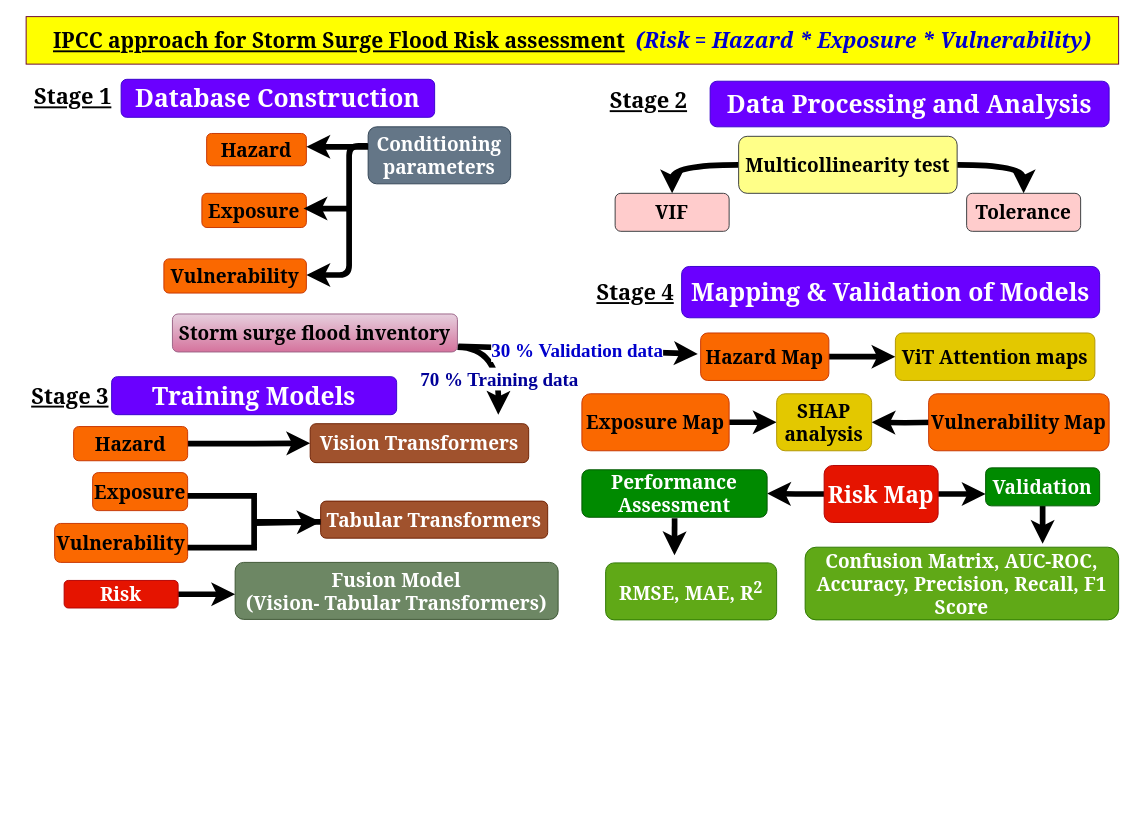
Above: page "Storm surge flood Risk" (3 of 4) of Untitled Diagram.drawio in Daawarb/Daawarb (draw.io), before the change. Source tidied: cells renumbered, new cells numbered last; positions are measured from the earlier drawing's top-left corner, leaving out a move shared by most shapes. Both pictures are drawn from the tidied source at 95%, with x=0, y=0 at pixel (17, 16). Pictures stored in the file or linked from it are replaced by grey dashed boxes.
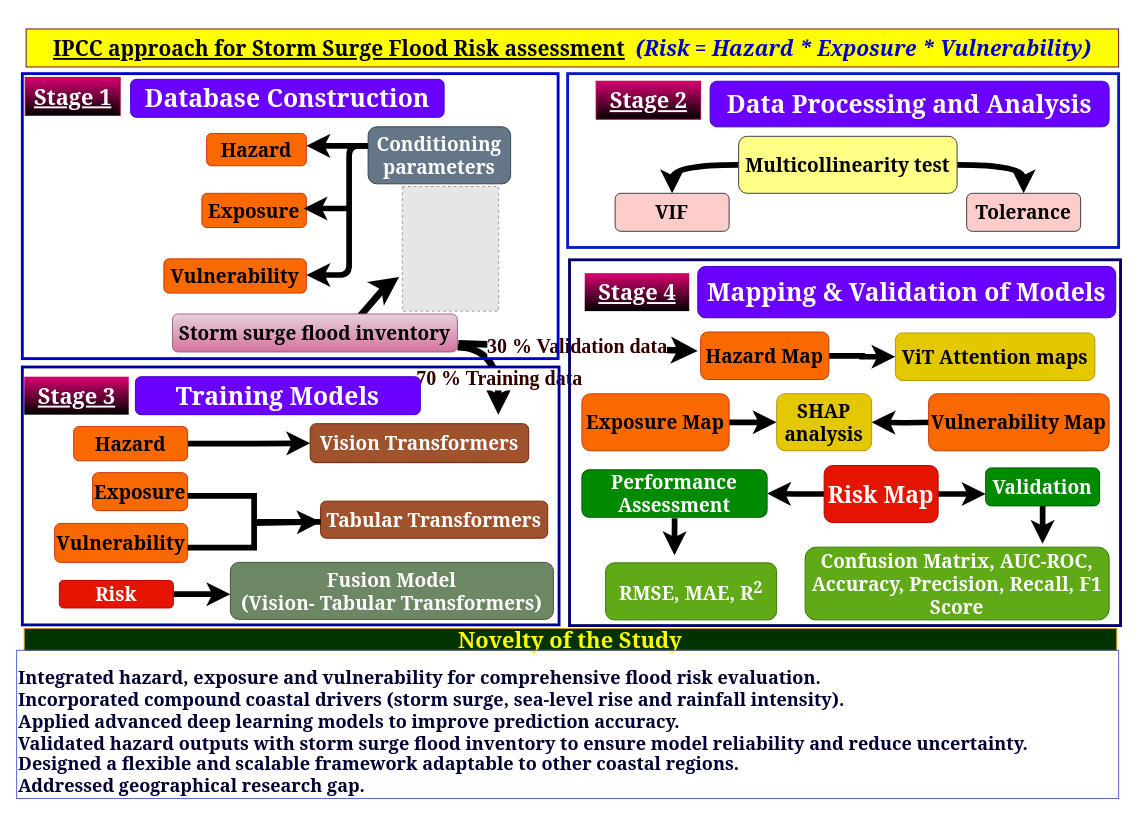
The same page after the edit.

Change to the diagram source:
```diff
@@
     <mxCell id="2" value="&lt;div style=&quot;text-align: justify;&quot;&gt;&lt;font face=&quot;Georgia&quot; style=&quot;font-size: 22px;&quot;&gt;&lt;font style=&quot;background-color: transparent; color: light-dark(rgb(0, 0, 0), rgb(255, 255, 255));&quot;&gt;&lt;b style=&quot;&quot;&gt;&lt;u style=&quot;&quot;&gt;IPCC approach for Storm Surge Flood Risk assessment&lt;/u&gt;&lt;/b&gt;&lt;/font&gt;&lt;b style=&quot;background-color: transparent; color: light-dark(rgb(0, 0, 204), rgb(44, 44, 1));&quot;&gt;&lt;i style=&quot;&quot;&gt;&amp;nbsp; (Risk = Hazard * Exposure * Vulnerability)&lt;/i&gt;&lt;/b&gt;&lt;/font&gt;&lt;/div&gt;" style="text;html=1;align=center;verticalAlign=middle;whiteSpace=wrap;rounded=0;fillColor=#FFFF00;strokeColor=#660033;fillStyle=solid;" parent="1" vertex="1">
-      <mxGeometry x="9" width="1150" height="50" as="geometry" />
+      <mxGeometry x="9" y="13" width="1150" height="40" as="geometry" />
     </mxCell>
-    <mxCell id="3" value="&lt;b style=&quot;&quot;&gt;&lt;font face=&quot;Georgia&quot; style=&quot;font-size: 23px;&quot;&gt;&lt;u style=&quot;&quot;&gt;Stage 1&lt;/u&gt;&lt;/font&gt;&lt;/b&gt;" style="text;html=1;align=center;verticalAlign=middle;strokeColor=none;fillColor=none;" parent="1" vertex="1">
+    <mxCell id="3" value="&lt;b style=&quot;&quot;&gt;&lt;font face=&quot;Georgia&quot; style=&quot;font-size: 23px;&quot;&gt;&lt;u style=&quot;&quot;&gt;Stage 1&lt;/u&gt;&lt;/font&gt;&lt;/b&gt;" style="text;html=1;align=center;verticalAlign=middle;strokeColor=#A50040;fillColor=#d80073;fontColor=#ffffff;gradientColor=default;" parent="1" vertex="1">
       <mxGeometry x="8" y="64" width="100" height="40" as="geometry" />
     </mxCell>
     <mxCell id="4" value="&lt;b style=&quot;text-wrap-mode: nowrap;&quot;&gt;&lt;font face=&quot;Georgia&quot; style=&quot;font-size: 26px;&quot;&gt;Database Construction&lt;/font&gt;&lt;/b&gt;" style="rounded=1;whiteSpace=wrap;html=1;fillColor=#6a00ff;strokeColor=#3700CC;fontColor=#ffffff;" parent="1" vertex="1">
-      <mxGeometry x="109" y="66" width="330" height="40" as="geometry" />
+      <mxGeometry x="119" y="66" width="330" height="40" as="geometry" />
     </mxCell>
-    <mxCell id="5" style="edgeStyle=orthogonalEdgeStyle;rounded=0;orthogonalLoop=1;jettySize=auto;html=1;strokeWidth=6;curved=1;" parent="1" edge="1">
+    <mxCell id="5" style="edgeStyle=orthogonalEdgeStyle;rounded=0;orthogonalLoop=1;jettySize=auto;html=1;strokeWidth=7;curved=1;" parent="1" edge="1">
       <mxGeometry relative="1" as="geometry">
         <mxPoint x="463" y="348" as="sourcePoint" />
         <mxPoint x="506" y="419" as="targetPoint" />
       </mxGeometry>
     </mxCell>
-    <mxCell id="6" value="&lt;font face=&quot;Garamond&quot; style=&quot;color: rgb(0, 0, 153); font-size: 20px;&quot;&gt;&lt;b style=&quot;&quot;&gt;70 % Training data&lt;/b&gt;&lt;/font&gt;" style="edgeLabel;html=1;align=center;verticalAlign=middle;" parent="5" vertex="1">
+    <mxCell id="6" value="&lt;font face=&quot;Garamond&quot; style=&quot;font-size: 21px; color: rgb(51, 0, 0);&quot;&gt;&lt;b style=&quot;&quot;&gt;70 % Training data&lt;/b&gt;&lt;/font&gt;" style="edgeLabel;html=1;align=center;verticalAlign=middle;" parent="5" vertex="1">
       <mxGeometry x="0.1" y="2" relative="1" as="geometry">
         <mxPoint x="-2" y="12" as="offset" />
       </mxGeometry>
     </mxCell>
+    <mxCell id="57" style="edgeStyle=none;curved=1;rounded=0;orthogonalLoop=1;jettySize=auto;html=1;fontSize=12;startSize=8;endSize=8;strokeWidth=7;" parent="1" edge="1">
+      <mxGeometry relative="1" as="geometry">
+        <mxPoint x="359" y="317" as="sourcePoint" />
+        <mxPoint x="401.6" y="274" as="targetPoint" />
+        <Array as="points">
+          <mxPoint x="387.6" y="284" />
+        </Array>
+      </mxGeometry>
+    </mxCell>
@@
-    <mxCell id="19" value="&lt;b style=&quot;&quot;&gt;&lt;font face=&quot;Georgia&quot; style=&quot;font-size: 23px;&quot;&gt;&lt;u style=&quot;&quot;&gt;Stage 2&lt;/u&gt;&lt;/font&gt;&lt;/b&gt;" style="text;html=1;align=center;verticalAlign=middle;strokeColor=none;fillColor=none;" parent="1" vertex="1">
+    <mxCell id="19" value="&lt;b style=&quot;&quot;&gt;&lt;font face=&quot;Georgia&quot; style=&quot;font-size: 23px;&quot;&gt;&lt;u style=&quot;&quot;&gt;Stage 2&lt;/u&gt;&lt;/font&gt;&lt;/b&gt;" style="text;html=1;align=center;verticalAlign=middle;strokeColor=#A50040;fillColor=#d80073;fontColor=#ffffff;gradientColor=default;" parent="1" vertex="1">
       <mxGeometry x="609" y="68" width="110" height="40" as="geometry" />
     </mxCell>
-    <mxCell id="20" value="&lt;b style=&quot;&quot;&gt;&lt;font face=&quot;Georgia&quot; style=&quot;font-size: 23px;&quot;&gt;&lt;u style=&quot;&quot;&gt;Stage 3&lt;/u&gt;&lt;/font&gt;&lt;/b&gt;" style="text;html=1;align=center;verticalAlign=middle;strokeColor=none;fillColor=none;" parent="1" vertex="1">
-      <mxGeometry y="379" width="110" height="40" as="geometry" />
+    <mxCell id="20" value="&lt;b style=&quot;&quot;&gt;&lt;font face=&quot;Georgia&quot; style=&quot;font-size: 23px;&quot;&gt;&lt;u style=&quot;&quot;&gt;Stage 3&lt;/u&gt;&lt;/font&gt;&lt;/b&gt;" style="text;html=1;align=center;verticalAlign=middle;strokeColor=none;fillColor=#d80073;fontColor=#ffffff;gradientColor=default;" parent="1" vertex="1">
+      <mxGeometry x="7" y="379" width="110" height="40" as="geometry" />
     </mxCell>
@@
     <mxCell id="23" value="&lt;span style=&quot;text-wrap-mode: nowrap;&quot;&gt;&lt;b style=&quot;&quot;&gt;&lt;font face=&quot;Georgia&quot; style=&quot;font-size: 26px;&quot;&gt;Training Models&lt;/font&gt;&lt;/b&gt;&lt;/span&gt;" style="rounded=1;whiteSpace=wrap;html=1;fillColor=#6a00ff;fontColor=#ffffff;strokeColor=#3700CC;" parent="1" vertex="1">
-      <mxGeometry x="99" y="379" width="300" height="40" as="geometry" />
+      <mxGeometry x="124" y="379" width="300" height="40" as="geometry" />
     </mxCell>
@@
     <mxCell id="28" value="&lt;div&gt;&lt;font face=&quot;Georgia&quot; style=&quot;font-size: 20px;&quot;&gt;&lt;b&gt;Fusion Model&lt;/b&gt;&lt;/font&gt;&lt;/div&gt;&lt;font face=&quot;Georgia&quot; style=&quot;font-size: 20px;&quot;&gt;&lt;b&gt;(Vision- Tabular Transformers)&lt;/b&gt;&lt;/font&gt;" style="rounded=1;whiteSpace=wrap;html=1;fillColor=#6d8764;fontColor=#ffffff;strokeColor=#3A5431;" parent="1" vertex="1">
-      <mxGeometry x="229" y="574.5" width="340" height="60" as="geometry" />
+      <mxGeometry x="224" y="574.5" width="340" height="60" as="geometry" />
     </mxCell>
     <mxCell id="29" style="edgeStyle=orthogonalEdgeStyle;rounded=0;orthogonalLoop=1;jettySize=auto;html=1;strokeWidth=6;" parent="1" edge="1">
       <mxGeometry relative="1" as="geometry">
-        <mxPoint x="189" y="608" as="sourcePoint" />
-        <mxPoint x="229" y="608" as="targetPoint" />
+        <mxPoint x="184" y="608" as="sourcePoint" />
+        <mxPoint x="224" y="608" as="targetPoint" />
         <Array as="points">
-          <mxPoint x="169" y="608" />
-          <mxPoint x="169" y="608" />
+          <mxPoint x="164" y="608" />
+          <mxPoint x="164" y="608" />
         </Array>
       </mxGeometry>
     </mxCell>
     <mxCell id="30" value="&lt;font face=&quot;Georgia&quot; style=&quot;font-size: 20px;&quot;&gt;&lt;b&gt;Risk&lt;/b&gt;&lt;/font&gt;" style="rounded=1;whiteSpace=wrap;html=1;fillColor=#e51400;fontColor=#ffffff;strokeColor=#B20000;" parent="1" vertex="1">
-      <mxGeometry x="49" y="593.5" width="120" height="29" as="geometry" />
+      <mxGeometry x="44" y="593.5" width="120" height="29" as="geometry" />
     </mxCell>
-    <mxCell id="31" value="&lt;b style=&quot;&quot;&gt;&lt;font face=&quot;Georgia&quot; style=&quot;font-size: 23px;&quot;&gt;&lt;u style=&quot;&quot;&gt;Stage 4&lt;/u&gt;&lt;/font&gt;&lt;/b&gt;" style="text;html=1;align=center;verticalAlign=middle;strokeColor=none;fillColor=none;" parent="1" vertex="1">
-      <mxGeometry x="595" y="270" width="110" height="40" as="geometry" />
+    <mxCell id="31" value="&lt;b style=&quot;&quot;&gt;&lt;font face=&quot;Georgia&quot; style=&quot;font-size: 23px;&quot;&gt;&lt;u style=&quot;&quot;&gt;Stage 4&lt;/u&gt;&lt;/font&gt;&lt;/b&gt;" style="text;html=1;align=center;verticalAlign=middle;strokeColor=none;fillColor=#d80073;fontColor=#ffffff;gradientColor=default;" parent="1" vertex="1">
+      <mxGeometry x="597" y="270" width="110" height="40" as="geometry" />
     </mxCell>
     <mxCell id="32" value="&lt;span style=&quot;text-wrap-mode: nowrap;&quot;&gt;&lt;b style=&quot;&quot;&gt;&lt;font face=&quot;Georgia&quot; style=&quot;font-size: 26px;&quot;&gt;Mapping &amp;amp; Validation of Models&lt;/font&gt;&lt;/b&gt;&lt;/span&gt;" style="rounded=1;whiteSpace=wrap;html=1;fillColor=#6a00ff;fontColor=#ffffff;strokeColor=#3700CC;" parent="1" vertex="1">
-      <mxGeometry x="699" y="263" width="440" height="54" as="geometry" />
+      <mxGeometry x="716" y="263" width="440" height="54" as="geometry" />
     </mxCell>
@@
     <mxCell id="34" value="&lt;font face=&quot;Georgia&quot; style=&quot;font-size: 20px;&quot;&gt;&lt;b&gt;Hazard Map&lt;/b&gt;&lt;/font&gt;" style="rounded=1;whiteSpace=wrap;html=1;fillColor=#fa6800;fontColor=#000000;strokeColor=#C73500;" parent="1" vertex="1">
-      <mxGeometry x="719" y="333" width="135" height="50" as="geometry" />
+      <mxGeometry x="719" y="332" width="135" height="50" as="geometry" />
     </mxCell>
@@
     <mxCell id="49" value="&lt;font face=&quot;Georgia&quot; style=&quot;font-size: 20px;&quot;&gt;&lt;b&gt;Confusion Matrix, AUC-ROC, Accuracy, Precision, Recall, F1 Score&lt;/b&gt;&lt;/font&gt;" style="rounded=1;whiteSpace=wrap;html=1;fillColor=#60a917;fontColor=#ffffff;strokeColor=#2D7600;" parent="1" vertex="1">
-      <mxGeometry x="829" y="558.5" width="330" height="76.5" as="geometry" />
+      <mxGeometry x="829" y="558.5" width="320" height="76.5" as="geometry" />
     </mxCell>
@@
-    <mxCell id="52" style="endArrow=classic;html=1;rounded=0;entryX=0;entryY=0.5;entryDx=0;entryDy=0;strokeWidth=6;curved=1;" parent="1" edge="1">
+    <mxCell id="52" style="endArrow=classic;html=1;rounded=0;entryX=0;entryY=0.5;entryDx=0;entryDy=0;strokeWidth=7;curved=1;" parent="1" edge="1">
       <mxGeometry relative="1" as="geometry">
-        <mxPoint x="464" y="347" as="sourcePoint" />
-        <mxPoint x="716" y="355" as="targetPoint" />
+        <mxPoint x="464" y="344" as="sourcePoint" />
+        <mxPoint x="716" y="352" as="targetPoint" />
       </mxGeometry>
     </mxCell>
-    <mxCell id="53" value="&lt;font face=&quot;Garamond&quot; style=&quot;color: rgb(0, 0, 204); font-size: 20px;&quot;&gt;&lt;b style=&quot;&quot;&gt;30 % Validation data&lt;/b&gt;&lt;/font&gt;" style="edgeLabel;html=1;align=center;verticalAlign=middle;" parent="52" vertex="1">
+    <mxCell id="53" value="&lt;font face=&quot;Garamond&quot; style=&quot;font-size: 21px; color: rgb(51, 0, 0);&quot;&gt;&lt;b style=&quot;&quot;&gt;30 % Validation data&lt;/b&gt;&lt;/font&gt;" style="edgeLabel;html=1;align=center;verticalAlign=middle;" parent="52" vertex="1">
       <mxGeometry x="-0.01" relative="1" as="geometry" />
     </mxCell>
@@
     <mxCell id="55" style="endArrow=classic;html=1;rounded=0;strokeWidth=6;" parent="1" edge="1">
       <mxGeometry relative="1" as="geometry">
-        <mxPoint x="369" y="137" as="sourcePoint" />
-        <mxPoint x="304" y="137" as="targetPoint" />
+        <mxPoint x="369" y="136" as="sourcePoint" />
+        <mxPoint x="304" y="136" as="targetPoint" />
       </mxGeometry>
     </mxCell>
@@
+    <mxCell id="58" style="fillColor=#E6E6E6;strokeColor=#999999;dashed=1;verticalLabelPosition=bottom;labelBackgroundColor=default;verticalAlign=top;" parent="1" vertex="1">
+      <mxGeometry x="405" y="178.8" width="101.4" height="131.2" as="geometry" />
+    </mxCell>
+    <mxCell id="59" value="&lt;font style=&quot;color: rgb(255, 255, 0); font-size: 23px;&quot; face=&quot;Georgia&quot;&gt;&lt;b style=&quot;&quot;&gt;Novelty of the Study&lt;/b&gt;&lt;/font&gt;" style="rounded=0;whiteSpace=wrap;html=1;fillColor=#003300;strokeColor=#d79b00;gradientColor=none;" parent="1" vertex="1">
+      <mxGeometry x="7" y="644" width="1150" height="23" as="geometry" />
+    </mxCell>
+    <mxCell id="60" value="&lt;p style=&quot;margin-bottom: 0cm;&quot;&gt;&lt;/p&gt;&lt;div style=&quot;text-align: justify;&quot;&gt;&lt;b style=&quot;color: light-dark(rgb(0, 0, 51), rgb(231, 231, 255)); font-size: 19px; font-family: Georgia; background-color: transparent;&quot;&gt;&lt;span style=&quot;background-color: transparent;&quot;&gt;Integrated hazard, exposure and&amp;nbsp;&lt;/span&gt;&lt;span style=&quot;background-color: transparent;&quot;&gt;vulnerability for comprehensive flood risk evaluation.&lt;/span&gt;&lt;/b&gt;&lt;br&gt;&lt;b style=&quot;color: light-dark(rgb(0, 0, 51), rgb(231, 231, 255)); font-size: 19px; font-family: Georgia; background-color: transparent;&quot;&gt;&lt;span style=&quot;background-color: transparent;&quot;&gt;Incorporated compound coastal drivers (storm&amp;nbsp;&lt;/span&gt;&lt;span style=&quot;background-color: transparent;&quot;&gt;surge, sea-level rise and rainfall intensity).&lt;/span&gt;&lt;/b&gt;&lt;br&gt;&lt;b style=&quot;color: light-dark(rgb(0, 0, 51), rgb(231, 231, 255)); font-size: 19px; font-family: Georgia; background-color: transparent;&quot;&gt;&lt;span style=&quot;background-color: transparent;&quot;&gt;Applied advanced deep learning models to&amp;nbsp;&lt;/span&gt;&lt;span style=&quot;background-color: transparent;&quot;&gt;improve prediction accuracy.&lt;/span&gt;&lt;/b&gt;&lt;br&gt;&lt;b style=&quot;color: light-dark(rgb(0, 0, 51), rgb(231, 231, 255)); font-size: 19px; font-family: Georgia; background-color: transparent;&quot;&gt;&lt;span style=&quot;background-color: transparent;&quot;&gt;Validated hazard outputs with storm&amp;nbsp;&lt;/span&gt;&lt;span style=&quot;background-color: transparent;&quot;&gt;surge flood inventory to ensure model reliability and reduce uncertainty.&lt;/span&gt;&lt;/b&gt;&lt;br&gt;&lt;b style=&quot;color: light-dark(rgb(0, 0, 51), rgb(231, 231, 255)); font-size: 19px; font-family: Georgia; background-color: transparent;&quot;&gt;&lt;span style=&quot;background-color: transparent;&quot;&gt;Designed a flexible and scalable&amp;nbsp;&lt;/span&gt;&lt;span style=&quot;background-color: transparent;&quot;&gt;framework adaptable to other coastal regions.&lt;/span&gt;&lt;/b&gt;&lt;br&gt;&lt;b style=&quot;color: light-dark(rgb(0, 0, 51), rgb(231, 231, 255)); font-size: 19px; font-family: Georgia; background-color: transparent;&quot;&gt;Addressed geographical research gap.&lt;/b&gt;&lt;/div&gt;" style="text;html=1;whiteSpace=wrap;strokeColor=#001DBC;fillColor=none;align=left;verticalAlign=middle;rounded=0;fontSize=16;fillStyle=auto;fontColor=#ffffff;opacity=70;glass=0;shadow=0;" parent="1" vertex="1">
+      <mxGeometry x="-1" y="667" width="1160" height="156" as="geometry" />
+    </mxCell>
+    <mxCell id="61" style="rounded=0;whiteSpace=wrap;html=1;fillColor=none;strokeWidth=3;strokeColor=#0000CC;" parent="1" vertex="1">
+      <mxGeometry x="5" y="60" width="564" height="300" as="geometry" />
+    </mxCell>
+    <mxCell id="62" style="rounded=0;whiteSpace=wrap;html=1;fillColor=none;strokeWidth=3;fontColor=#ffffff;strokeColor=#000099;" parent="1" vertex="1">
+      <mxGeometry x="5" y="368.8" width="565" height="271.5" as="geometry" />
+    </mxCell>
+    <mxCell id="63" style="rounded=0;whiteSpace=wrap;html=1;fillColor=none;fontColor=#ffffff;strokeColor=#001DBC;strokeWidth=3;" parent="1" vertex="1">
+      <mxGeometry x="579" y="60" width="580" height="183" as="geometry" />
+    </mxCell>
+    <mxCell id="64" style="rounded=0;whiteSpace=wrap;html=1;fillColor=none;strokeWidth=3;strokeColor=#000066;" parent="1" vertex="1">
+      <mxGeometry x="581" y="256" width="580" height="385" as="geometry" />
+    </mxCell>
```
